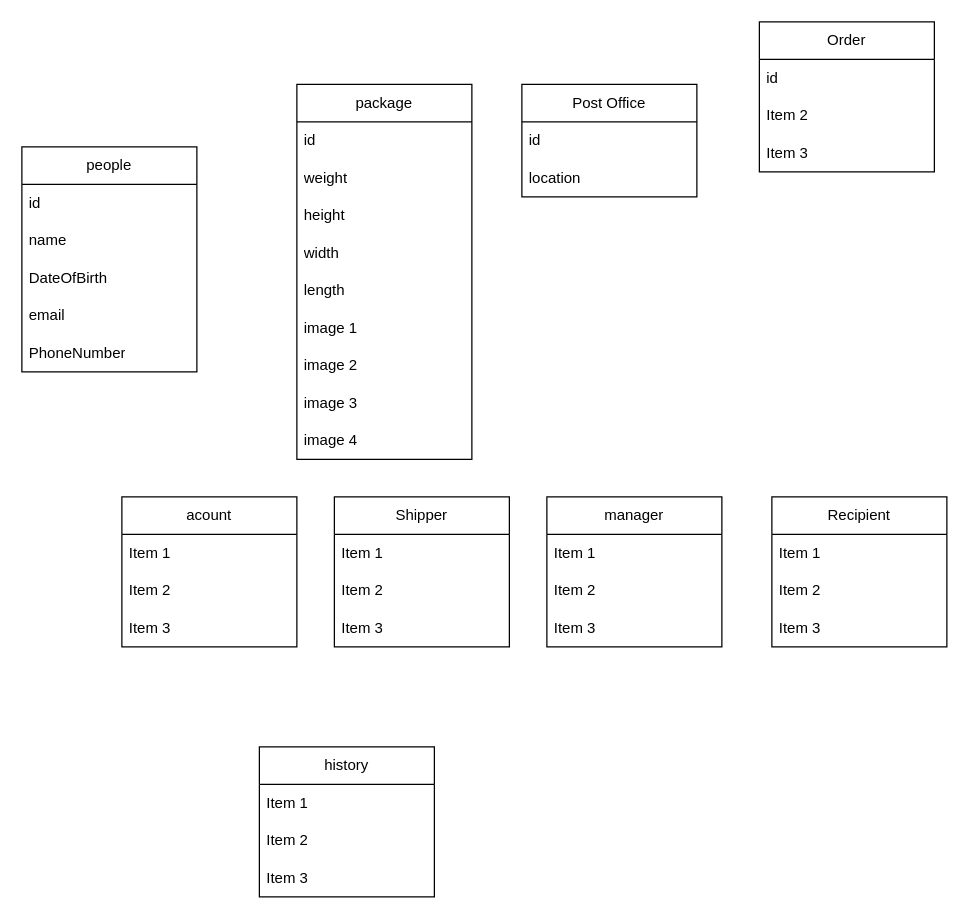
This is Class.drawio from tienyasuo729/PRJ_group_3_project, a draw.io file, before an edit. Source tidied: cells renumbered, new cells numbered last; positions are measured from the earlier drawing's top-left corner, leaving out a move shared by most shapes. Both pictures are drawn from the tidied source at 125%, with x=0, y=0 at pixel (21, 21).
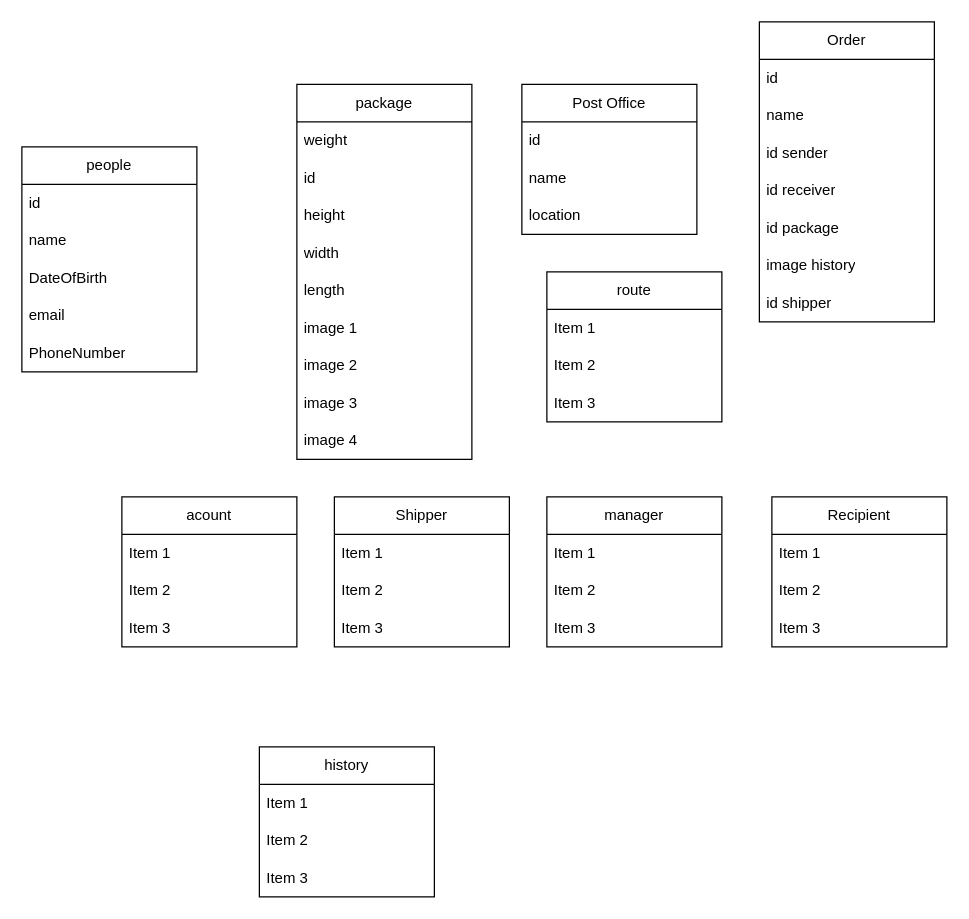
The same page after the edit.

Unchanged cells that the change refers to:
```xml
<mxCell id="8" value="package" style="swimlane;fontStyle=0;horizontal=1;startSize=30;whiteSpace=wrap;html=1;" parent="1" vertex="1">
  <mxGeometry x="220" y="50" width="140" height="300" as="geometry" />
</mxCell>
```

Change to the diagram source:
```diff
@@
+    <mxCell id="10" value="weight" style="text;strokeColor=none;fillColor=none;align=left;verticalAlign=middle;spacingLeft=4;spacingRight=4;overflow=hidden;whiteSpace=wrap;html=1;" parent="8" vertex="1">
+      <mxGeometry y="30" width="140" height="30" as="geometry" />
+    </mxCell>
     <mxCell id="9" value="id" style="text;strokeColor=none;fillColor=none;align=left;verticalAlign=middle;spacingLeft=4;spacingRight=4;overflow=hidden;whiteSpace=wrap;html=1;" parent="8" vertex="1">
-      <mxGeometry y="30" width="140" height="30" as="geometry" />
+      <mxGeometry y="60" width="140" height="30" as="geometry" />
     </mxCell>
-    <mxCell id="10" value="weight" style="text;strokeColor=none;fillColor=none;align=left;verticalAlign=middle;spacingLeft=4;spacingRight=4;overflow=hidden;whiteSpace=wrap;html=1;" parent="8" vertex="1">
-      <mxGeometry y="60" width="140" height="30" as="geometry" />
-    </mxCell>
@@
     <mxCell id="18" value="Post Office" style="swimlane;fontStyle=0;horizontal=1;startSize=30;whiteSpace=wrap;html=1;" parent="1" vertex="1">
-      <mxGeometry x="400" y="50" width="140" height="90" as="geometry" />
+      <mxGeometry x="400" y="50" width="140" height="120" as="geometry" />
     </mxCell>
@@
+    <mxCell id="45" value="name" style="text;strokeColor=none;fillColor=none;align=left;verticalAlign=middle;spacingLeft=4;spacingRight=4;overflow=hidden;whiteSpace=wrap;html=1;" parent="18" vertex="1">
+      <mxGeometry y="60" width="140" height="30" as="geometry" />
+    </mxCell>
     <mxCell id="20" value="location" style="text;strokeColor=none;fillColor=none;align=left;verticalAlign=middle;spacingLeft=4;spacingRight=4;overflow=hidden;whiteSpace=wrap;html=1;" parent="18" vertex="1">
-      <mxGeometry y="60" width="140" height="30" as="geometry" />
+      <mxGeometry y="90" width="140" height="30" as="geometry" />
     </mxCell>
@@
     <mxCell id="33" value="Order" style="swimlane;fontStyle=0;horizontal=1;startSize=30;whiteSpace=wrap;html=1;" parent="1" vertex="1">
-      <mxGeometry x="590" width="140" height="120" as="geometry" />
+      <mxGeometry x="590" width="140" height="240" as="geometry" />
     </mxCell>
@@
-    <mxCell id="35" value="Item 2" style="text;strokeColor=none;fillColor=none;align=left;verticalAlign=middle;spacingLeft=4;spacingRight=4;overflow=hidden;whiteSpace=wrap;html=1;" parent="33" vertex="1">
+    <mxCell id="35" value="name" style="text;strokeColor=none;fillColor=none;align=left;verticalAlign=middle;spacingLeft=4;spacingRight=4;overflow=hidden;whiteSpace=wrap;html=1;" parent="33" vertex="1">
       <mxGeometry y="60" width="140" height="30" as="geometry" />
     </mxCell>
-    <mxCell id="36" value="Item 3" style="text;strokeColor=none;fillColor=none;align=left;verticalAlign=middle;spacingLeft=4;spacingRight=4;overflow=hidden;whiteSpace=wrap;html=1;" parent="33" vertex="1">
+    <mxCell id="36" value="id sender" style="text;strokeColor=none;fillColor=none;align=left;verticalAlign=middle;spacingLeft=4;spacingRight=4;overflow=hidden;whiteSpace=wrap;html=1;" parent="33" vertex="1">
       <mxGeometry y="90" width="140" height="30" as="geometry" />
     </mxCell>
+    <mxCell id="46" value="id receiver" style="text;strokeColor=none;fillColor=none;align=left;verticalAlign=middle;spacingLeft=4;spacingRight=4;overflow=hidden;whiteSpace=wrap;html=1;" parent="33" vertex="1">
+      <mxGeometry y="120" width="140" height="30" as="geometry" />
+    </mxCell>
+    <mxCell id="47" value="id package" style="text;strokeColor=none;fillColor=none;align=left;verticalAlign=middle;spacingLeft=4;spacingRight=4;overflow=hidden;whiteSpace=wrap;html=1;" parent="33" vertex="1">
+      <mxGeometry y="150" width="140" height="30" as="geometry" />
+    </mxCell>
+    <mxCell id="48" value="image history" style="text;strokeColor=none;fillColor=none;align=left;verticalAlign=middle;spacingLeft=4;spacingRight=4;overflow=hidden;whiteSpace=wrap;html=1;" parent="33" vertex="1">
+      <mxGeometry y="180" width="140" height="30" as="geometry" />
+    </mxCell>
+    <mxCell id="49" value="id shipper" style="text;strokeColor=none;fillColor=none;align=left;verticalAlign=middle;spacingLeft=4;spacingRight=4;overflow=hidden;whiteSpace=wrap;html=1;" parent="33" vertex="1">
+      <mxGeometry y="210" width="140" height="30" as="geometry" />
+    </mxCell>
@@
+    <mxCell id="50" value="route" style="swimlane;fontStyle=0;horizontal=1;startSize=30;whiteSpace=wrap;html=1;" parent="1" vertex="1">
+      <mxGeometry x="420" y="200" width="140" height="120" as="geometry" />
+    </mxCell>
+    <mxCell id="51" value="Item 1" style="text;strokeColor=none;fillColor=none;align=left;verticalAlign=middle;spacingLeft=4;spacingRight=4;overflow=hidden;whiteSpace=wrap;html=1;" parent="50" vertex="1">
+      <mxGeometry y="30" width="140" height="30" as="geometry" />
+    </mxCell>
+    <mxCell id="52" value="Item 2" style="text;strokeColor=none;fillColor=none;align=left;verticalAlign=middle;spacingLeft=4;spacingRight=4;overflow=hidden;whiteSpace=wrap;html=1;" parent="50" vertex="1">
+      <mxGeometry y="60" width="140" height="30" as="geometry" />
+    </mxCell>
+    <mxCell id="53" value="Item 3" style="text;strokeColor=none;fillColor=none;align=left;verticalAlign=middle;spacingLeft=4;spacingRight=4;overflow=hidden;whiteSpace=wrap;html=1;" parent="50" vertex="1">
+      <mxGeometry y="90" width="140" height="30" as="geometry" />
+    </mxCell>
```
